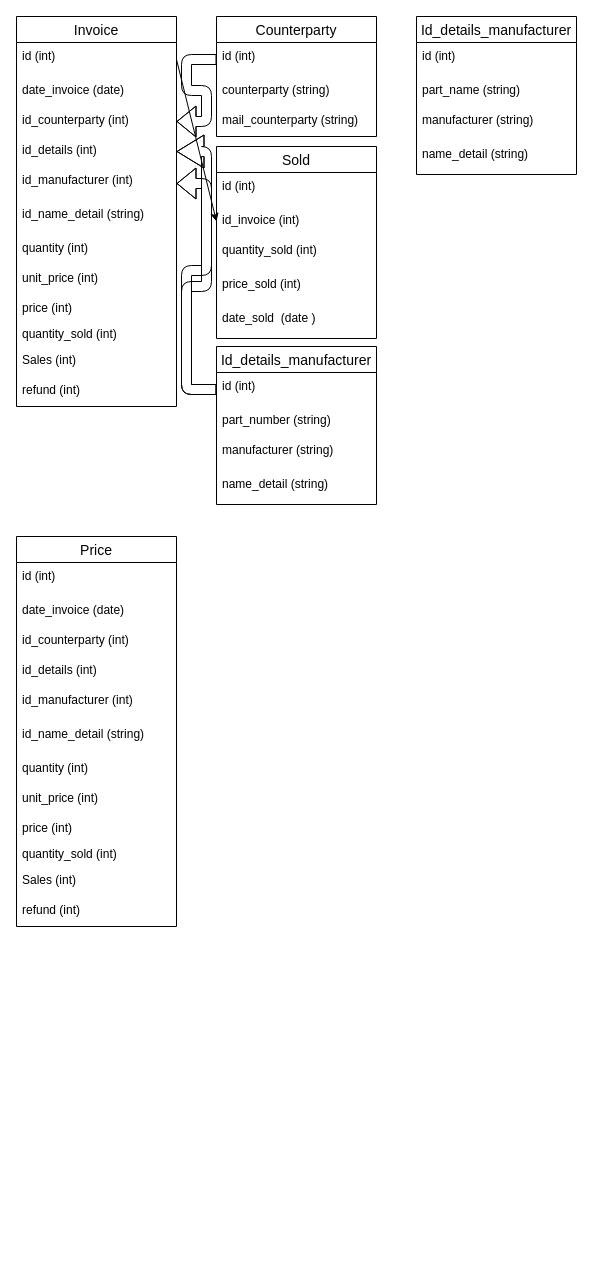
The draw.io diagram db.drawio in Ruslan-qu/accounting, before the edit. Source tidied: cells renumbered, new cells numbered last; positions are measured from the earlier drawing's top-left corner, leaving out a move shared by most shapes. Both pictures are drawn from the tidied source at 100%, with x=0, y=0 at pixel (16, 16).
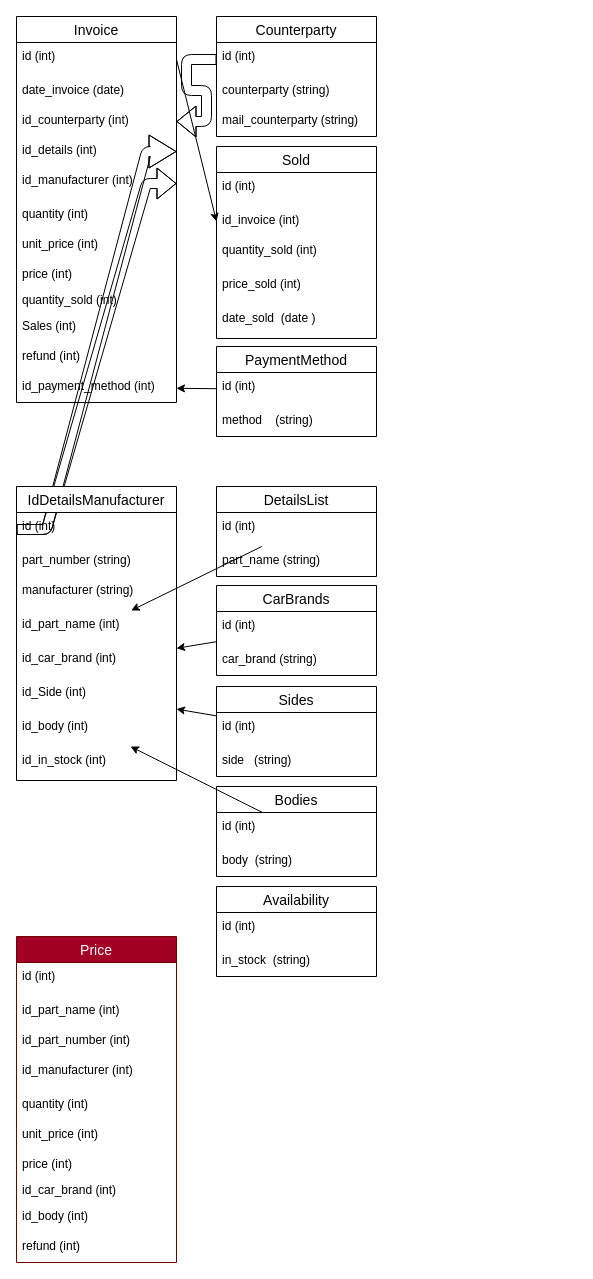
The same page after the edit.

The change refers to these unchanged cells:
```xml
<mxCell id="48" value="id (int)" style="text;strokeColor=none;fillColor=none;spacingLeft=4;spacingRight=4;overflow=hidden;points=[[0,0.5],[1,0.5]];portConstraint=eastwest;fontSize=12;" parent="47" vertex="1">
  <mxGeometry y="26" width="160" height="34" as="geometry" />
</mxCell>
```

Diff of the diagram source:
```diff
@@
     <mxCell id="2" value="Invoice" style="swimlane;fontStyle=0;horizontal=1;startSize=26;align=center;fontSize=14;" parent="1" vertex="1">
-      <mxGeometry width="160" height="390" as="geometry" />
+      <mxGeometry width="160" height="386" as="geometry" />
     </mxCell>
@@
-    <mxCell id="8" value="id_name_detail (string)" style="text;strokeColor=none;fillColor=none;spacingLeft=4;spacingRight=4;overflow=hidden;fontSize=12;" parent="2" vertex="1">
-      <mxGeometry y="184" width="160" height="34" as="geometry" />
-    </mxCell>
     <mxCell id="9" value="quantity (int)" style="text;strokeColor=none;fillColor=none;spacingLeft=4;spacingRight=4;overflow=hidden;fontSize=12;" parent="2" vertex="1">
-      <mxGeometry y="218" width="160" height="30" as="geometry" />
+      <mxGeometry y="184" width="160" height="30" as="geometry" />
     </mxCell>
     <mxCell id="10" value="unit_price (int)" style="text;strokeColor=none;fillColor=none;spacingLeft=4;spacingRight=4;overflow=hidden;fontSize=12;" parent="2" vertex="1">
-      <mxGeometry y="248" width="160" height="30" as="geometry" />
+      <mxGeometry y="214" width="160" height="30" as="geometry" />
     </mxCell>
     <mxCell id="11" value="price (int)" style="text;strokeColor=none;fillColor=none;spacingLeft=4;spacingRight=4;overflow=hidden;fontSize=12;" parent="2" vertex="1">
-      <mxGeometry y="278" width="160" height="26" as="geometry" />
+      <mxGeometry y="244" width="160" height="26" as="geometry" />
     </mxCell>
     <mxCell id="12" value="quantity_sold (int)" style="text;strokeColor=none;fillColor=none;spacingLeft=4;spacingRight=4;overflow=hidden;fontSize=12;" parent="2" vertex="1">
-      <mxGeometry y="304" width="160" height="26" as="geometry" />
+      <mxGeometry y="270" width="160" height="26" as="geometry" />
     </mxCell>
     <mxCell id="13" value="Sales (int)" style="text;strokeColor=none;fillColor=none;spacingLeft=4;spacingRight=4;overflow=hidden;fontSize=12;" parent="2" vertex="1">
-      <mxGeometry y="330" width="160" height="30" as="geometry" />
+      <mxGeometry y="296" width="160" height="30" as="geometry" />
     </mxCell>
     <mxCell id="14" value="refund (int)" style="text;strokeColor=none;fillColor=none;spacingLeft=4;spacingRight=4;overflow=hidden;fontSize=12;" parent="2" vertex="1">
-      <mxGeometry y="360" width="160" height="30" as="geometry" />
+      <mxGeometry y="326" width="160" height="30" as="geometry" />
     </mxCell>
+    <mxCell id="52" value="id_payment_method (int)" style="text;spacingLeft=4;spacingRight=4;overflow=hidden;points=[[0,0.5],[1,0.5]];portConstraint=eastwest;fontSize=12;" parent="2" vertex="1">
+      <mxGeometry y="356" width="160" height="30" as="geometry" />
+    </mxCell>
@@
-    <mxCell id="19" value="Id_details_manufacturer" style="swimlane;fontStyle=0;horizontal=1;startSize=26;align=center;fontSize=14;" parent="1" vertex="1">
-      <mxGeometry x="200" y="330" width="160" height="158" as="geometry" />
-    </mxCell>
-    <mxCell id="20" value="id (int)" style="text;strokeColor=none;fillColor=none;spacingLeft=4;spacingRight=4;overflow=hidden;points=[[0,0.5],[1,0.5]];portConstraint=eastwest;fontSize=12;" parent="19" vertex="1">
-      <mxGeometry y="26" width="160" height="34" as="geometry" />
-    </mxCell>
-    <mxCell id="21" value="part_number (string)" style="text;strokeColor=none;fillColor=none;spacingLeft=4;spacingRight=4;overflow=hidden;fontSize=12;" parent="19" vertex="1">
-      <mxGeometry y="60" width="160" height="30" as="geometry" />
-    </mxCell>
-    <mxCell id="22" value="manufacturer (string)" style="text;strokeColor=none;fillColor=none;spacingLeft=4;spacingRight=4;overflow=hidden;fontSize=12;" parent="19" vertex="1">
-      <mxGeometry y="90" width="160" height="34" as="geometry" />
-    </mxCell>
-    <mxCell id="23" value="name_detail (string)" style="text;strokeColor=none;fillColor=none;spacingLeft=4;spacingRight=4;overflow=hidden;fontSize=12;" parent="19" vertex="1">
-      <mxGeometry y="124" width="160" height="34" as="geometry" />
-    </mxCell>
@@
-    <mxCell id="34" value="Price" style="swimlane;fontStyle=0;horizontal=1;startSize=26;align=center;fontSize=14;" parent="1" vertex="1">
-      <mxGeometry y="520" width="160" height="390" as="geometry" />
+    <mxCell id="34" value="Price" style="swimlane;fontStyle=0;horizontal=1;startSize=26;align=center;fontSize=14;fillColor=#a20025;fontColor=#ffffff;strokeColor=#6F0000;" parent="1" vertex="1">
+      <mxGeometry y="920" width="160" height="326" as="geometry" />
     </mxCell>
@@
-    <mxCell id="36" value="date_invoice (date)" style="text;strokeColor=none;fillColor=none;spacingLeft=4;spacingRight=4;overflow=hidden;fontSize=12;" parent="34" vertex="1">
+    <mxCell id="36" value="id_part_name (int)" style="text;spacingLeft=4;spacingRight=4;overflow=hidden;fontSize=12;" parent="34" vertex="1">
       <mxGeometry y="60" width="160" height="30" as="geometry" />
     </mxCell>
-    <mxCell id="37" value="id_counterparty (int)" style="text;strokeColor=none;fillColor=none;spacingLeft=4;spacingRight=4;overflow=hidden;fontSize=12;" parent="34" vertex="1">
-      <mxGeometry y="90" width="160" height="30" as="geometry" />
-    </mxCell>
-    <mxCell id="38" value="id_details (int)" style="text;strokeColor=none;fillColor=none;spacingLeft=4;spacingRight=4;overflow=hidden;fontSize=12;" parent="34" vertex="1">
-      <mxGeometry y="120" width="160" height="30" as="geometry" />
+    <mxCell id="38" value="id_part_number (int)" style="text;strokeColor=none;fillColor=none;spacingLeft=4;spacingRight=4;overflow=hidden;fontSize=12;" parent="34" vertex="1">
+      <mxGeometry y="90" width="160" height="30" as="geometry" />
     </mxCell>
     <mxCell id="39" value="id_manufacturer (int)" style="text;strokeColor=none;fillColor=none;spacingLeft=4;spacingRight=4;overflow=hidden;fontSize=12;" parent="34" vertex="1">
-      <mxGeometry y="150" width="160" height="34" as="geometry" />
+      <mxGeometry y="120" width="160" height="34" as="geometry" />
     </mxCell>
-    <mxCell id="40" value="id_name_detail (string)" style="text;strokeColor=none;fillColor=none;spacingLeft=4;spacingRight=4;overflow=hidden;fontSize=12;" parent="34" vertex="1">
-      <mxGeometry y="184" width="160" height="34" as="geometry" />
-    </mxCell>
     <mxCell id="41" value="quantity (int)" style="text;strokeColor=none;fillColor=none;spacingLeft=4;spacingRight=4;overflow=hidden;fontSize=12;" parent="34" vertex="1">
-      <mxGeometry y="218" width="160" height="30" as="geometry" />
+      <mxGeometry y="154" width="160" height="30" as="geometry" />
     </mxCell>
     <mxCell id="42" value="unit_price (int)" style="text;strokeColor=none;fillColor=none;spacingLeft=4;spacingRight=4;overflow=hidden;fontSize=12;" parent="34" vertex="1">
-      <mxGeometry y="248" width="160" height="30" as="geometry" />
+      <mxGeometry y="184" width="160" height="30" as="geometry" />
     </mxCell>
     <mxCell id="43" value="price (int)" style="text;strokeColor=none;fillColor=none;spacingLeft=4;spacingRight=4;overflow=hidden;fontSize=12;" parent="34" vertex="1">
-      <mxGeometry y="278" width="160" height="26" as="geometry" />
+      <mxGeometry y="214" width="160" height="26" as="geometry" />
     </mxCell>
-    <mxCell id="44" value="quantity_sold (int)" style="text;strokeColor=none;fillColor=none;spacingLeft=4;spacingRight=4;overflow=hidden;fontSize=12;" parent="34" vertex="1">
-      <mxGeometry y="304" width="160" height="26" as="geometry" />
+    <mxCell id="44" value="id_car_brand (int)" style="text;strokeColor=none;fillColor=none;spacingLeft=4;spacingRight=4;overflow=hidden;fontSize=12;" parent="34" vertex="1">
+      <mxGeometry y="240" width="160" height="26" as="geometry" />
     </mxCell>
-    <mxCell id="45" value="Sales (int)" style="text;strokeColor=none;fillColor=none;spacingLeft=4;spacingRight=4;overflow=hidden;fontSize=12;" parent="34" vertex="1">
-      <mxGeometry y="330" width="160" height="30" as="geometry" />
+    <mxCell id="45" value="id_body (int)" style="text;strokeColor=none;fillColor=none;spacingLeft=4;spacingRight=4;overflow=hidden;fontSize=12;" parent="34" vertex="1">
+      <mxGeometry y="266" width="160" height="30" as="geometry" />
     </mxCell>
     <mxCell id="46" value="refund (int)" style="text;strokeColor=none;fillColor=none;spacingLeft=4;spacingRight=4;overflow=hidden;fontSize=12;" parent="34" vertex="1">
-      <mxGeometry y="360" width="160" height="30" as="geometry" />
+      <mxGeometry y="296" width="160" height="30" as="geometry" />
     </mxCell>
-    <mxCell id="47" value="Id_details_manufacturer" style="swimlane;fontStyle=0;horizontal=1;startSize=26;align=center;fontSize=14;" parent="1" vertex="1">
-      <mxGeometry x="400" width="160" height="158" as="geometry" />
+    <mxCell id="47" value="DetailsList" style="swimlane;fontStyle=0;horizontal=1;startSize=26;align=center;fontSize=14;" parent="1" vertex="1">
+      <mxGeometry x="200" y="470" width="160" height="90" as="geometry" />
     </mxCell>
@@
-    <mxCell id="50" value="manufacturer (string)" style="text;strokeColor=none;fillColor=none;spacingLeft=4;spacingRight=4;overflow=hidden;fontSize=12;" parent="47" vertex="1">
-      <mxGeometry y="90" width="160" height="34" as="geometry" />
-    </mxCell>
-    <mxCell id="51" value="name_detail (string)" style="text;strokeColor=none;fillColor=none;spacingLeft=4;spacingRight=4;overflow=hidden;fontSize=12;" parent="47" vertex="1">
-      <mxGeometry y="124" width="160" height="34" as="geometry" />
-    </mxCell>
+    <mxCell id="53" value="CarBrands" style="swimlane;fontStyle=0;horizontal=1;startSize=26;align=center;fontSize=14;" parent="1" vertex="1">
+      <mxGeometry x="200" y="569" width="160" height="90" as="geometry" />
+    </mxCell>
+    <mxCell id="54" value="id (int)" style="text;strokeColor=none;fillColor=none;spacingLeft=4;spacingRight=4;overflow=hidden;points=[[0,0.5],[1,0.5]];portConstraint=eastwest;fontSize=12;" parent="53" vertex="1">
+      <mxGeometry y="26" width="160" height="34" as="geometry" />
+    </mxCell>
+    <mxCell id="55" value="car_brand (string)" style="text;strokeColor=none;fillColor=none;spacingLeft=4;spacingRight=4;overflow=hidden;fontSize=12;" parent="53" vertex="1">
+      <mxGeometry y="60" width="160" height="30" as="geometry" />
+    </mxCell>
+    <mxCell id="56" value="Bodies" style="swimlane;fontStyle=0;horizontal=1;startSize=26;align=center;fontSize=14;" parent="1" vertex="1">
+      <mxGeometry x="200" y="770" width="160" height="90" as="geometry" />
+    </mxCell>
+    <mxCell id="57" value="id (int)" style="text;strokeColor=none;fillColor=none;spacingLeft=4;spacingRight=4;overflow=hidden;points=[[0,0.5],[1,0.5]];portConstraint=eastwest;fontSize=12;" parent="56" vertex="1">
+      <mxGeometry y="26" width="160" height="34" as="geometry" />
+    </mxCell>
+    <mxCell id="58" value="body  (string)" style="text;strokeColor=none;fillColor=none;spacingLeft=4;spacingRight=4;overflow=hidden;fontSize=12;" parent="56" vertex="1">
+      <mxGeometry y="60" width="160" height="30" as="geometry" />
+    </mxCell>
+    <mxCell id="59" value="Sides" style="swimlane;fontStyle=0;horizontal=1;startSize=26;align=center;fontSize=14;" parent="1" vertex="1">
+      <mxGeometry x="200" y="670" width="160" height="90" as="geometry" />
+    </mxCell>
+    <mxCell id="60" value="id (int)" style="text;strokeColor=none;fillColor=none;spacingLeft=4;spacingRight=4;overflow=hidden;points=[[0,0.5],[1,0.5]];portConstraint=eastwest;fontSize=12;" parent="59" vertex="1">
+      <mxGeometry y="26" width="160" height="34" as="geometry" />
+    </mxCell>
+    <mxCell id="61" value="side   (string)" style="text;strokeColor=none;fillColor=none;spacingLeft=4;spacingRight=4;overflow=hidden;fontSize=12;" parent="59" vertex="1">
+      <mxGeometry y="60" width="160" height="30" as="geometry" />
+    </mxCell>
+    <mxCell id="62" value="PaymentMethod" style="swimlane;fontStyle=0;horizontal=1;startSize=26;align=center;fontSize=14;" parent="1" vertex="1">
+      <mxGeometry x="200" y="330" width="160" height="90" as="geometry" />
+    </mxCell>
+    <mxCell id="63" value="id (int)" style="text;strokeColor=none;fillColor=none;spacingLeft=4;spacingRight=4;overflow=hidden;points=[[0,0.5],[1,0.5]];portConstraint=eastwest;fontSize=12;" parent="62" vertex="1">
+      <mxGeometry y="26" width="160" height="34" as="geometry" />
+    </mxCell>
+    <mxCell id="64" value="method    (string)" style="text;strokeColor=none;fillColor=none;spacingLeft=4;spacingRight=4;overflow=hidden;fontSize=12;" parent="62" vertex="1">
+      <mxGeometry y="60" width="160" height="30" as="geometry" />
+    </mxCell>
+    <mxCell id="65" style="edgeStyle=none;html=1;" parent="1" edge="1" source="48" target="68">
+      <mxGeometry relative="1" as="geometry" />
+    </mxCell>
+    <mxCell id="66" style="edgeStyle=none;html=1;" parent="1" edge="1" source="54" target="69">
+      <mxGeometry relative="1" as="geometry" />
+    </mxCell>
+    <mxCell id="67" style="edgeStyle=none;html=1;" parent="1" edge="1" source="63" target="52">
+      <mxGeometry relative="1" as="geometry" />
+    </mxCell>
+    <mxCell id="19" value="IdDetailsManufacturer" style="swimlane;fontStyle=0;horizontal=1;startSize=26;align=center;fontSize=14;" parent="1" vertex="1">
+      <mxGeometry y="470" width="160" height="294" as="geometry" />
+    </mxCell>
+    <mxCell id="20" value="id (int)" style="text;strokeColor=none;fillColor=none;spacingLeft=4;spacingRight=4;overflow=hidden;points=[[0,0.5],[1,0.5]];portConstraint=eastwest;fontSize=12;" parent="19" vertex="1">
+      <mxGeometry y="26" width="160" height="34" as="geometry" />
+    </mxCell>
+    <mxCell id="21" value="part_number (string)" style="text;strokeColor=none;fillColor=none;spacingLeft=4;spacingRight=4;overflow=hidden;fontSize=12;" parent="19" vertex="1">
+      <mxGeometry y="60" width="160" height="30" as="geometry" />
+    </mxCell>
+    <mxCell id="22" value="manufacturer (string)" style="text;strokeColor=none;fillColor=none;spacingLeft=4;spacingRight=4;overflow=hidden;fontSize=12;" parent="19" vertex="1">
+      <mxGeometry y="90" width="160" height="34" as="geometry" />
+    </mxCell>
+    <mxCell id="68" value="id_part_name (int)" style="text;spacingLeft=4;spacingRight=4;overflow=hidden;points=[[0,0.5],[1,0.5]];portConstraint=eastwest;fontSize=12;" parent="19" vertex="1">
+      <mxGeometry y="124" width="160" height="34" as="geometry" />
+    </mxCell>
+    <mxCell id="69" value="id_car_brand (int)" style="text;spacingLeft=4;spacingRight=4;overflow=hidden;points=[[0,0.5],[1,0.5]];portConstraint=eastwest;fontSize=12;" parent="19" vertex="1">
+      <mxGeometry y="158" width="160" height="34" as="geometry" />
+    </mxCell>
+    <mxCell id="70" value="id_Side (int)" style="text;spacingLeft=4;spacingRight=4;overflow=hidden;points=[[0,0.5],[1,0.5]];portConstraint=eastwest;fontSize=12;" parent="19" vertex="1">
+      <mxGeometry y="192" width="160" height="34" as="geometry" />
+    </mxCell>
+    <mxCell id="71" value="id_body (int)" style="text;spacingLeft=4;spacingRight=4;overflow=hidden;points=[[0,0.5],[1,0.5]];portConstraint=eastwest;fontSize=12;" parent="19" vertex="1">
+      <mxGeometry y="226" width="160" height="34" as="geometry" />
+    </mxCell>
+    <mxCell id="72" value="id_in_stock (int)" style="text;spacingLeft=4;spacingRight=4;overflow=hidden;fontSize=12;" parent="19" vertex="1">
+      <mxGeometry y="260" width="160" height="34" as="geometry" />
+    </mxCell>
+    <mxCell id="73" style="edgeStyle=none;html=1;" parent="1" edge="1" source="60" target="70">
+      <mxGeometry relative="1" as="geometry" />
+    </mxCell>
+    <mxCell id="74" style="edgeStyle=none;html=1;" parent="1" edge="1" source="57" target="71">
+      <mxGeometry relative="1" as="geometry" />
+    </mxCell>
+    <mxCell id="75" value="Availability" style="swimlane;fontStyle=0;horizontal=1;startSize=26;align=center;fontSize=14;" parent="1" vertex="1">
+      <mxGeometry x="200" y="870" width="160" height="90" as="geometry" />
+    </mxCell>
+    <mxCell id="76" value="id (int)" style="text;strokeColor=none;fillColor=none;spacingLeft=4;spacingRight=4;overflow=hidden;fontSize=12;" parent="75" vertex="1">
+      <mxGeometry y="26" width="160" height="34" as="geometry" />
+    </mxCell>
+    <mxCell id="77" value="in_stock  (string)" style="text;strokeColor=none;fillColor=none;spacingLeft=4;spacingRight=4;overflow=hidden;fontSize=12;" parent="75" vertex="1">
+      <mxGeometry y="60" width="160" height="30" as="geometry" />
+    </mxCell>
```
